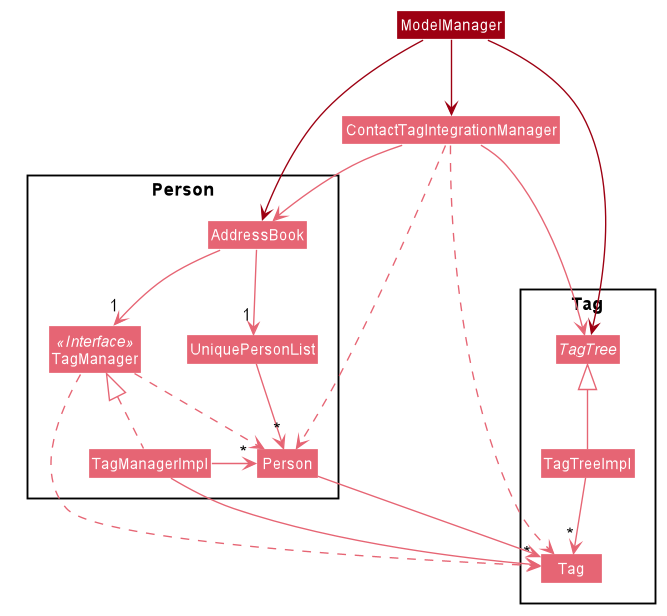
Earlier version of the PlantUML export docs/images/ContactTagDiagram.png (solkim-83/tp).
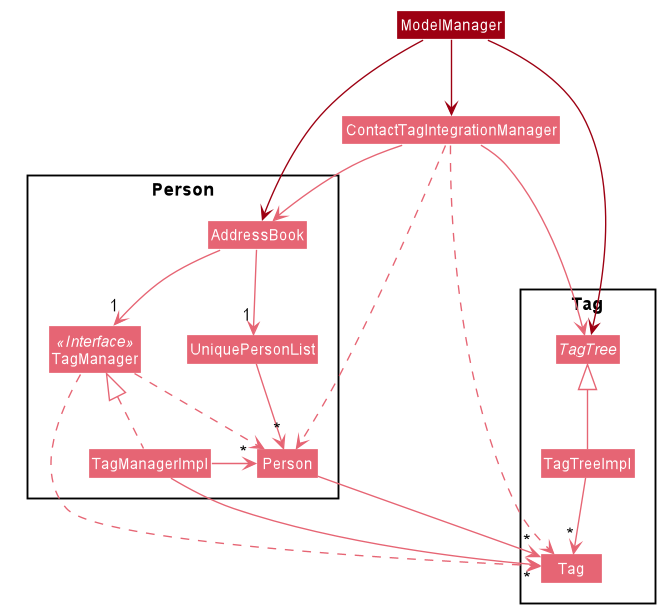
The same diagram one commit later.

Commit message:
Fix some uml bugs

What changed in the source:
```diff
@@ -86,7 +86,7 @@
 TagTreeImpl -up-|> TagTree
 TagTreeImpl --> "*" Tag
 
-Person --> Tag
+Person --> "*" Tag
 
 Class ModelManager #9D0012
 ModelManager -down-> ContactTagIntegrationManager #9D0012
```
